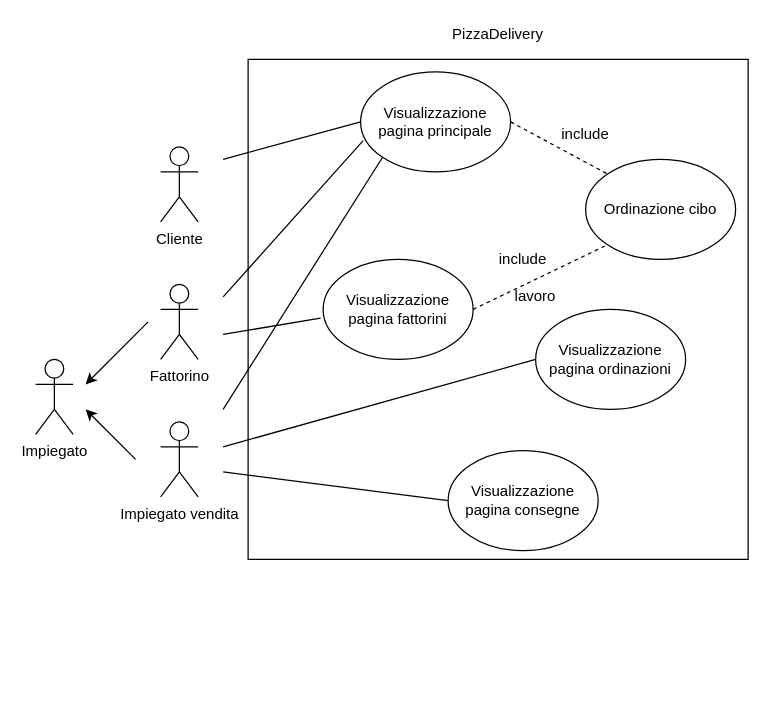
Above: media/useCase/useCase.drawio in JariNaeser/PizzaDelivery (draw.io), before the change. Source tidied: cells renumbered, new cells numbered last; positions are measured from the earlier drawing's top-left corner, leaving out a move shared by most shapes. Both pictures are drawn from the tidied source at 125%, with x=0, y=0 at pixel (35, 21).
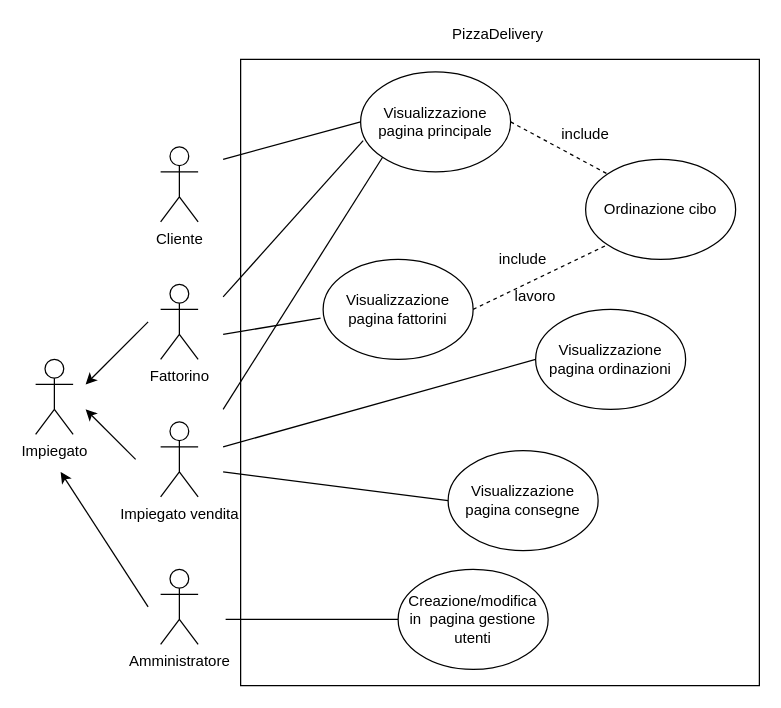
Above is the later version.

Change to the diagram source:
```diff
@@
-    <mxCell id="2" style="whiteSpace=wrap;html=1;fillColor=none;" parent="1" vertex="1">
-      <mxGeometry x="170" y="30" width="400" height="400" as="geometry" />
-    </mxCell>
+    <mxCell id="26" style="rounded=0;whiteSpace=wrap;html=1;fillColor=none;" parent="1" vertex="1">
+      <mxGeometry x="164" y="30" width="415" height="501" as="geometry" />
+    </mxCell>
@@
+    <mxCell id="27" value="Amministratore" style="shape=umlActor;verticalLabelPosition=bottom;labelBackgroundColor=#ffffff;verticalAlign=top;html=1;" parent="1" vertex="1">
+      <mxGeometry x="100" y="438" width="30" height="60" as="geometry" />
+    </mxCell>
+    <mxCell id="28" style="endArrow=classic;html=1;" parent="1" edge="1">
+      <mxGeometry relative="1" as="geometry">
+        <mxPoint x="90" y="468" as="sourcePoint" />
+        <mxPoint x="20" y="360" as="targetPoint" />
+      </mxGeometry>
+    </mxCell>
+    <mxCell id="29" value="Creazione/modifica in&amp;nbsp; pagina gestione utenti" style="ellipse;whiteSpace=wrap;html=1;" parent="1" vertex="1">
+      <mxGeometry x="290" y="438" width="120" height="80" as="geometry" />
+    </mxCell>
+    <mxCell id="30" style="endArrow=none;html=1;entryX=0;entryY=0.5;entryDx=0;entryDy=0;" parent="1" edge="1" target="29">
+      <mxGeometry relative="1" as="geometry">
+        <mxPoint x="152" y="478" as="sourcePoint" />
+      </mxGeometry>
+    </mxCell>
```
